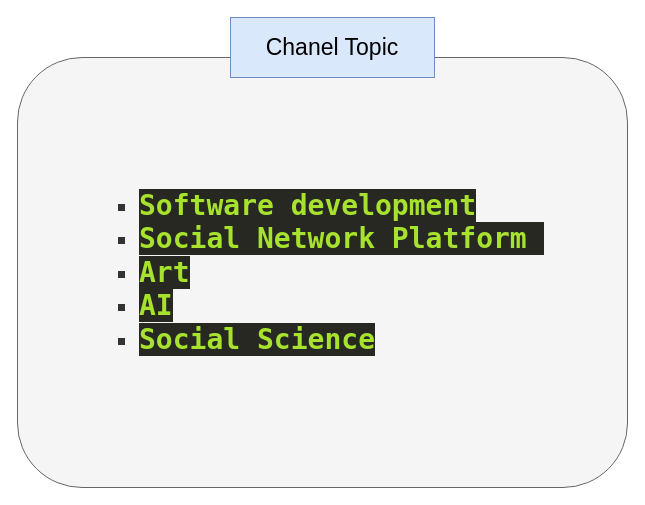
The draw.io diagram page "Channel Topic" (7 of 7) of Session 1.drawio in raminux/diagrams, before the edit. Source tidied: cells renumbered, new cells numbered last; positions are measured from the earlier drawing's top-left corner, leaving out a move shared by most shapes. Both pictures are drawn from the tidied source at 100%, with x=0, y=0 at pixel (17, 17).
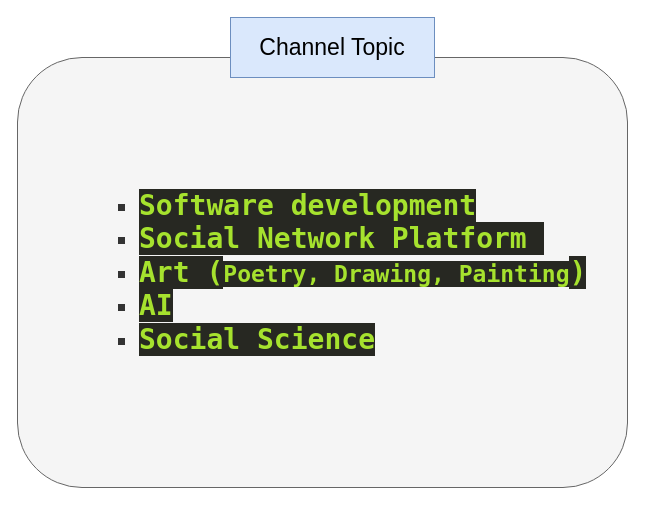
The same diagram, later.

Commit message:
Update Session 1 - Channel .drawio

Diff of the diagram source:
```diff
@@
 <mxGraphModel>
   <root>
     <mxCell id="0" />
     <mxCell id="1" parent="0" />
-    <mxCell id="2" value="&lt;ul&gt;&lt;ul&gt;&lt;ul&gt;&lt;li&gt;&lt;span style=&quot;background-color: rgb(39, 40, 34); color: rgb(166, 226, 46); font-family: &amp;quot;Droid Sans Mono&amp;quot;, &amp;quot;monospace&amp;quot;, monospace; font-size: 28px; font-weight: bold;&quot;&gt;Software development&lt;/span&gt;&lt;br&gt;&lt;/li&gt;&lt;li&gt;&lt;span style=&quot;background-color: rgb(39, 40, 34); color: rgb(166, 226, 46); font-family: &amp;quot;Droid Sans Mono&amp;quot;, &amp;quot;monospace&amp;quot;, monospace; font-size: 28px; font-weight: bold;&quot;&gt;Social Network Platform&amp;nbsp;&lt;/span&gt;&lt;br&gt;&lt;/li&gt;&lt;li&gt;&lt;span style=&quot;background-color: rgb(39, 40, 34); color: rgb(166, 226, 46); font-family: &amp;quot;Droid Sans Mono&amp;quot;, &amp;quot;monospace&amp;quot;, monospace; font-size: 28px; font-weight: bold;&quot;&gt;Art&lt;/span&gt;&lt;br&gt;&lt;/li&gt;&lt;li&gt;&lt;span style=&quot;background-color: rgb(39, 40, 34); color: rgb(166, 226, 46); font-family: &amp;quot;Droid Sans Mono&amp;quot;, &amp;quot;monospace&amp;quot;, monospace; font-size: 28px; font-weight: bold;&quot;&gt;AI&lt;/span&gt;&lt;br&gt;&lt;/li&gt;&lt;li&gt;&lt;span style=&quot;background-color: rgb(39, 40, 34); color: rgb(166, 226, 46); font-family: &amp;quot;Droid Sans Mono&amp;quot;, &amp;quot;monospace&amp;quot;, monospace; font-size: 28px; font-weight: bold;&quot;&gt;Social Science&lt;/span&gt;&lt;br&gt;&lt;/li&gt;&lt;/ul&gt;&lt;/ul&gt;&lt;/ul&gt;" style="rounded=1;whiteSpace=wrap;html=1;fontSize=23;align=left;fillColor=#f5f5f5;fontColor=#333333;strokeColor=#666666;" parent="1" vertex="1">
+    <mxCell id="2" value="&lt;ul&gt;&lt;ul&gt;&lt;ul&gt;&lt;li&gt;&lt;span style=&quot;background-color: rgb(39, 40, 34); color: rgb(166, 226, 46); font-family: &amp;quot;Droid Sans Mono&amp;quot;, &amp;quot;monospace&amp;quot;, monospace; font-size: 28px; font-weight: bold;&quot;&gt;Software development&lt;/span&gt;&lt;br&gt;&lt;/li&gt;&lt;li&gt;&lt;span style=&quot;background-color: rgb(39, 40, 34); color: rgb(166, 226, 46); font-family: &amp;quot;Droid Sans Mono&amp;quot;, &amp;quot;monospace&amp;quot;, monospace; font-size: 28px; font-weight: bold;&quot;&gt;Social Network Platform&amp;nbsp;&lt;/span&gt;&lt;br&gt;&lt;/li&gt;&lt;li&gt;&lt;span style=&quot;background-color: rgb(39, 40, 34); color: rgb(166, 226, 46); font-family: &amp;quot;Droid Sans Mono&amp;quot;, &amp;quot;monospace&amp;quot;, monospace; font-size: 28px; font-weight: bold;&quot;&gt;Art (&lt;/span&gt;&lt;span style=&quot;background-color: rgb(39, 40, 34); color: rgb(166, 226, 46); font-family: &amp;quot;Droid Sans Mono&amp;quot;, &amp;quot;monospace&amp;quot;, monospace; font-weight: bold;&quot;&gt;&lt;font style=&quot;font-size: 23px;&quot;&gt;Poetry, Drawing, Painting&lt;/font&gt;&lt;/span&gt;&lt;span style=&quot;background-color: rgb(39, 40, 34); color: rgb(166, 226, 46); font-family: &amp;quot;Droid Sans Mono&amp;quot;, &amp;quot;monospace&amp;quot;, monospace; font-size: 28px; font-weight: bold;&quot;&gt;)&lt;/span&gt;&lt;br&gt;&lt;/li&gt;&lt;li&gt;&lt;span style=&quot;background-color: rgb(39, 40, 34); color: rgb(166, 226, 46); font-family: &amp;quot;Droid Sans Mono&amp;quot;, &amp;quot;monospace&amp;quot;, monospace; font-size: 28px; font-weight: bold;&quot;&gt;AI&lt;/span&gt;&lt;br&gt;&lt;/li&gt;&lt;li&gt;&lt;span style=&quot;background-color: rgb(39, 40, 34); color: rgb(166, 226, 46); font-family: &amp;quot;Droid Sans Mono&amp;quot;, &amp;quot;monospace&amp;quot;, monospace; font-size: 28px; font-weight: bold;&quot;&gt;Social Science&lt;/span&gt;&lt;br&gt;&lt;/li&gt;&lt;/ul&gt;&lt;/ul&gt;&lt;/ul&gt;" style="rounded=1;whiteSpace=wrap;html=1;fontSize=23;align=left;fillColor=#f5f5f5;fontColor=#333333;strokeColor=#666666;" parent="1" vertex="1">
       <mxGeometry y="40" width="610" height="430" as="geometry" />
     </mxCell>
-    <mxCell id="3" value="Chanel Topic" style="rounded=0;whiteSpace=wrap;html=1;fontSize=23;fillColor=#dae8fc;strokeColor=#6c8ebf;" parent="1" vertex="1">
+    <mxCell id="3" value="Channel Topic" style="rounded=0;whiteSpace=wrap;html=1;fontSize=23;fillColor=#dae8fc;strokeColor=#6c8ebf;" parent="1" vertex="1">
       <mxGeometry x="213" width="204" height="60" as="geometry" />
     </mxCell>
   </root>
 </mxGraphModel>
```
